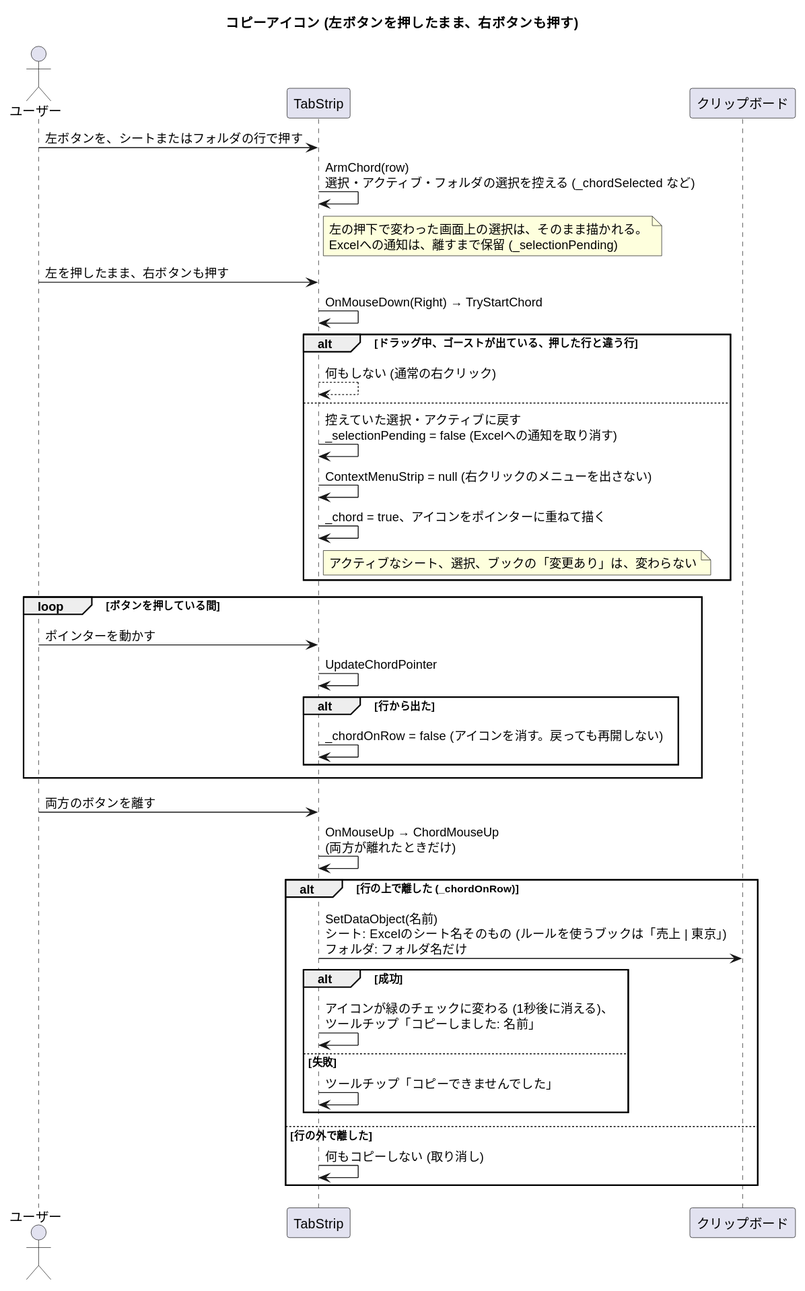
nk-taka623/VerticalSheetTabs keeps this PlantUML diagram as docs/sequence-copyicon.svg. Above is the earlier version.
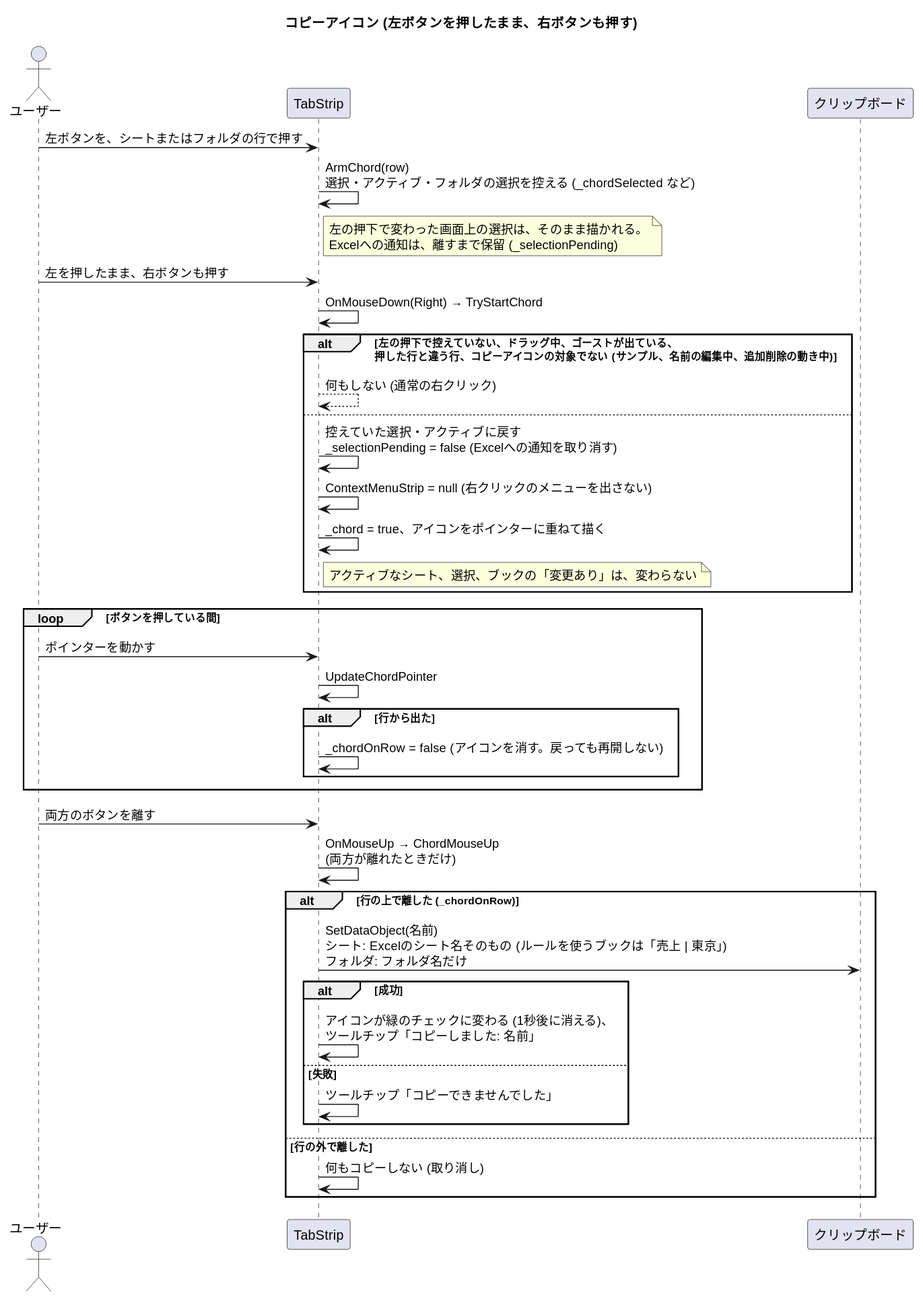
After the commit.

Diff of the diagram source:
```diff
@@ -13,7 +13,7 @@
 
 U -> S : 左を押したまま、右ボタンも押す
 S -> S : OnMouseDown(Right) → TryStartChord
-alt ドラッグ中、ゴーストが出ている、押した行と違う行
+alt 左の押下で控えていない、ドラッグ中、ゴーストが出ている、\n押した行と違う行、コピーアイコンの対象でない (サンプル、名前の編集中、追加削除の動き中)
   S --> S : 何もしない (通常の右クリック)
 else
   S -> S : 控えていた選択・アクティブに戻す\n_selectionPending = false (Excelへの通知を取り消す)
```
